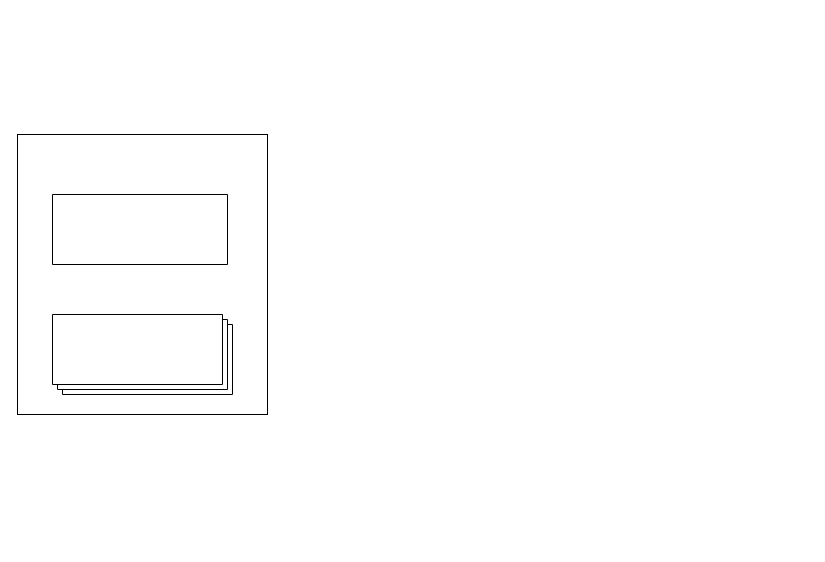
Before: array_lbaasv2_agent.drawio in jarod-w/fordraw.io, a draw.io diagram. Source tidied: cells renumbered, new cells numbered last; positions are measured from the earlier drawing's top-left corner, leaving out a move shared by most shapes. Both pictures are drawn from the tidied source at 100%, with x=0, y=0 at pixel (17, 134).
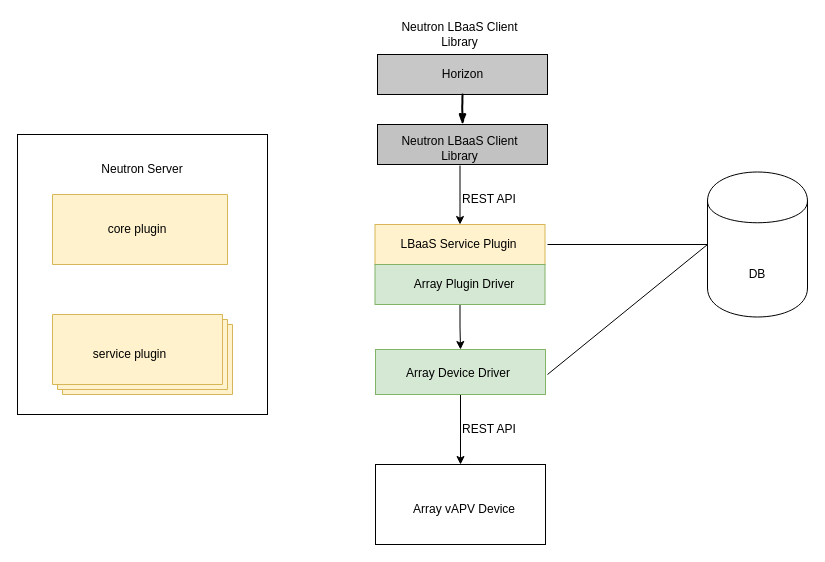
The same diagram, later.

Diff of the diagram source:
```diff
@@
-    <mxCell id="3" style="verticalLabelPosition=bottom;verticalAlign=top;html=1;shape=mxgraph.basic.layered_rect;dx=10;" parent="1" vertex="1">
+    <mxCell id="3" style="verticalLabelPosition=bottom;verticalAlign=top;html=1;shape=mxgraph.basic.layered_rect;dx=10;fillColor=#fff2cc;strokeColor=#d6b656;" parent="1" vertex="1">
       <mxGeometry x="35" y="180" width="180" height="80" as="geometry" />
     </mxCell>
-    <mxCell id="4" style="verticalLabelPosition=bottom;verticalAlign=top;html=1;shape=mxgraph.basic.rect;fillColor=#ffffff;fillColor2=none;strokeColor=#000000;strokeWidth=1;size=20;indent=5;" parent="1" vertex="1">
+    <mxCell id="4" style="verticalLabelPosition=bottom;verticalAlign=top;html=1;shape=mxgraph.basic.rect;fillColor2=none;strokeWidth=1;size=20;indent=5;fillColor=#fff2cc;strokeColor=#d6b656;" parent="1" vertex="1">
       <mxGeometry x="35" y="60" width="175" height="70" as="geometry" />
     </mxCell>
+    <mxCell id="5" value="Neutron Server" style="text;html=1;strokeColor=none;fillColor=none;align=center;verticalAlign=middle;whiteSpace=wrap;rounded=0;" parent="1" vertex="1">
+      <mxGeometry x="70" y="20" width="110" height="30" as="geometry" />
+    </mxCell>
+    <mxCell id="6" value="core plugin" style="text;html=1;strokeColor=none;fillColor=none;align=center;verticalAlign=middle;whiteSpace=wrap;rounded=0;" parent="1" vertex="1">
+      <mxGeometry x="70" y="82.5" width="100" height="25" as="geometry" />
+    </mxCell>
+    <mxCell id="7" value="service plugin" style="text;html=1;strokeColor=none;fillColor=none;align=center;verticalAlign=middle;whiteSpace=wrap;rounded=0;" parent="1" vertex="1">
+      <mxGeometry x="60" y="205" width="105" height="30" as="geometry" />
+    </mxCell>
+    <mxCell id="8" style="rounded=0;whiteSpace=wrap;html=1;fillColor=#C7C7C7;" parent="1" vertex="1">
+      <mxGeometry x="360" y="-80" width="170" height="40" as="geometry" />
+    </mxCell>
+    <mxCell id="9" style="rounded=0;whiteSpace=wrap;html=1;fillColor=#C2C2C2;" parent="1" vertex="1">
+      <mxGeometry x="360" y="-10" width="170" height="40" as="geometry" />
+    </mxCell>
+    <mxCell id="10" style="rounded=0;whiteSpace=wrap;html=1;fillColor=#fff2cc;strokeColor=#d6b656;" parent="1" vertex="1">
+      <mxGeometry x="357.5" y="90" width="170" height="40" as="geometry" />
+    </mxCell>
+    <mxCell id="11" style="edgeStyle=orthogonalEdgeStyle;rounded=0;jettySize=auto;html=1;exitX=0.5;exitY=1;exitDx=0;exitDy=0;entryX=0.5;entryY=0;entryDx=0;entryDy=0;" parent="1" edge="1" source="12" target="14">
+      <mxGeometry relative="1" as="geometry" />
+    </mxCell>
+    <mxCell id="12" style="rounded=0;whiteSpace=wrap;html=1;fillColor=#d5e8d4;strokeColor=#82b366;" parent="1" vertex="1">
+      <mxGeometry x="357.5" y="130" width="170" height="40" as="geometry" />
+    </mxCell>
+    <mxCell id="13" style="edgeStyle=orthogonalEdgeStyle;rounded=0;jettySize=auto;html=1;entryX=0.5;entryY=0;entryDx=0;entryDy=0;" parent="1" edge="1" source="14" target="15">
+      <mxGeometry relative="1" as="geometry" />
+    </mxCell>
+    <mxCell id="14" style="rounded=0;whiteSpace=wrap;html=1;fillColor=#d5e8d4;strokeColor=#82b366;" parent="1" vertex="1">
+      <mxGeometry x="358" y="215" width="170" height="45" as="geometry" />
+    </mxCell>
+    <mxCell id="15" style="rounded=0;whiteSpace=wrap;html=1;" parent="1" vertex="1">
+      <mxGeometry x="358" y="330" width="170" height="80" as="geometry" />
+    </mxCell>
+    <mxCell id="16" value="Horizon" style="text;html=1;strokeColor=none;fillColor=none;align=center;verticalAlign=middle;whiteSpace=wrap;rounded=0;" parent="1" vertex="1">
+      <mxGeometry x="396.5" y="-70" width="97" height="20" as="geometry" />
+    </mxCell>
+    <mxCell id="17" style="edgeStyle=orthogonalEdgeStyle;rounded=0;jettySize=auto;html=1;exitX=0.5;exitY=1;exitDx=0;exitDy=0;entryX=0.5;entryY=0;entryDx=0;entryDy=0;" parent="1" edge="1" source="18" target="10">
+      <mxGeometry relative="1" as="geometry" />
+    </mxCell>
+    <mxCell id="18" value="Neutron LBaaS Client Library" style="text;html=1;strokeColor=none;fillColor=none;align=center;verticalAlign=middle;whiteSpace=wrap;rounded=0;" parent="1" vertex="1">
+      <mxGeometry x="365" y="-3" width="155" height="34" as="geometry" />
+    </mxCell>
+    <mxCell id="19" value="Neutron LBaaS Client Library" style="text;html=1;strokeColor=none;fillColor=none;align=center;verticalAlign=middle;whiteSpace=wrap;rounded=0;" parent="1" vertex="1">
+      <mxGeometry x="365" y="-117" width="155" height="34" as="geometry" />
+    </mxCell>
+    <mxCell id="20" style="rounded=0;comic=1;strokeWidth=2;endArrow=blockThin;html=1;fontFamily=Comic Sans MS;fontStyle=1;exitX=0.5;exitY=1;exitDx=0;exitDy=0;entryX=0.5;entryY=0;entryDx=0;entryDy=0;" parent="1" edge="1" source="8" target="9">
+      <mxGeometry relative="1" as="geometry" />
+    </mxCell>
+    <mxCell id="21" value="REST API" style="text;html=1;strokeColor=none;fillColor=none;align=center;verticalAlign=middle;whiteSpace=wrap;rounded=0;" parent="1" vertex="1">
+      <mxGeometry x="424" y="50" width="96" height="29" as="geometry" />
+    </mxCell>
+    <mxCell id="22" value="REST API" style="text;html=1;strokeColor=none;fillColor=none;align=center;verticalAlign=middle;whiteSpace=wrap;rounded=0;" parent="1" vertex="1">
+      <mxGeometry x="424" y="280.5" width="96" height="29" as="geometry" />
+    </mxCell>
+    <mxCell id="23" value="LBaaS Service Plugin" style="text;html=1;strokeColor=none;fillColor=none;align=center;verticalAlign=middle;whiteSpace=wrap;rounded=0;" parent="1" vertex="1">
+      <mxGeometry x="373" y="100" width="137" height="20" as="geometry" />
+    </mxCell>
+    <mxCell id="24" value="Array Plugin Driver" style="text;html=1;strokeColor=none;fillColor=none;align=center;verticalAlign=middle;whiteSpace=wrap;rounded=0;" parent="1" vertex="1">
+      <mxGeometry x="384" y="140" width="126" height="20" as="geometry" />
+    </mxCell>
+    <mxCell id="25" value="Array Device Driver" style="text;html=1;strokeColor=none;fillColor=none;align=center;verticalAlign=middle;whiteSpace=wrap;rounded=0;" parent="1" vertex="1">
+      <mxGeometry x="373" y="228" width="136" height="22" as="geometry" />
+    </mxCell>
+    <mxCell id="26" value="Array vAPV Device" style="text;html=1;strokeColor=none;fillColor=none;align=center;verticalAlign=middle;whiteSpace=wrap;rounded=0;" parent="1" vertex="1">
+      <mxGeometry x="384" y="360" width="126" height="30" as="geometry" />
+    </mxCell>
+    <mxCell id="27" style="shape=cylinder;whiteSpace=wrap;html=1;boundedLbl=1;backgroundOutline=1;" parent="1" vertex="1">
+      <mxGeometry x="690" y="37.5" width="100" height="145" as="geometry" />
+    </mxCell>
+    <mxCell id="28" value="DB&lt;br&gt;" style="text;html=1;strokeColor=none;fillColor=none;align=center;verticalAlign=middle;whiteSpace=wrap;rounded=0;" parent="1" vertex="1">
+      <mxGeometry x="720" y="130" width="40" height="20" as="geometry" />
+    </mxCell>
+    <mxCell id="29" style="endArrow=none;html=1;entryX=0;entryY=0.5;entryDx=0;entryDy=0;" parent="1" edge="1" target="27">
+      <mxGeometry relative="1" as="geometry">
+        <mxPoint x="530" y="110" as="sourcePoint" />
+      </mxGeometry>
+    </mxCell>
+    <mxCell id="30" style="endArrow=none;html=1;entryX=0;entryY=0.5;entryDx=0;entryDy=0;" parent="1" edge="1" target="27">
+      <mxGeometry relative="1" as="geometry">
+        <mxPoint x="530" y="240" as="sourcePoint" />
+      </mxGeometry>
+    </mxCell>
```
